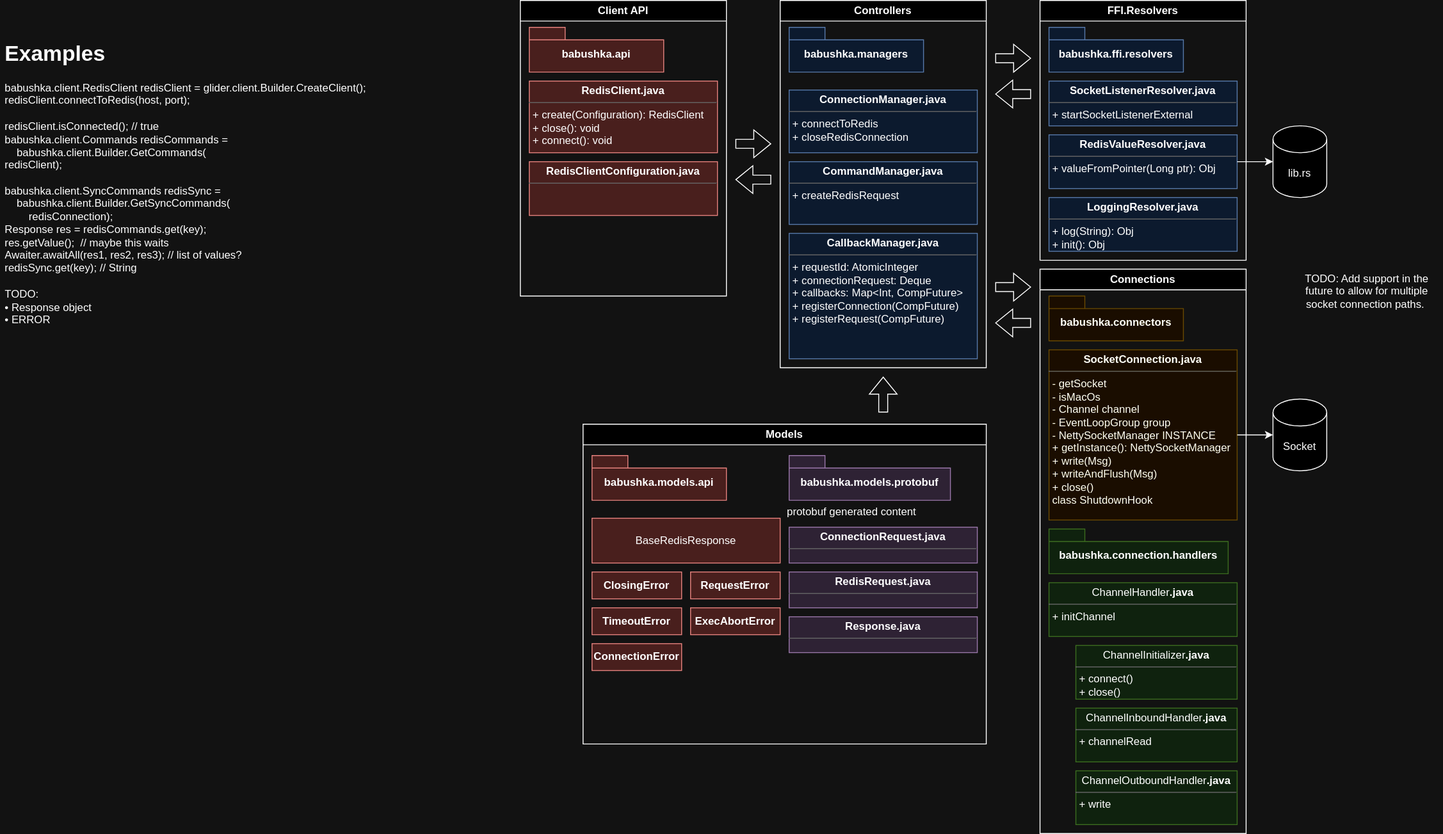
This is docs/img/design-java-api-high-level.svg from Bit-Quill/valkey-glide, a draw.io export, as it was before one commit. Source tidied: cells renumbered, new cells last; positions are measured from the earlier drawing's top-left corner, leaving out a move shared by most shapes.
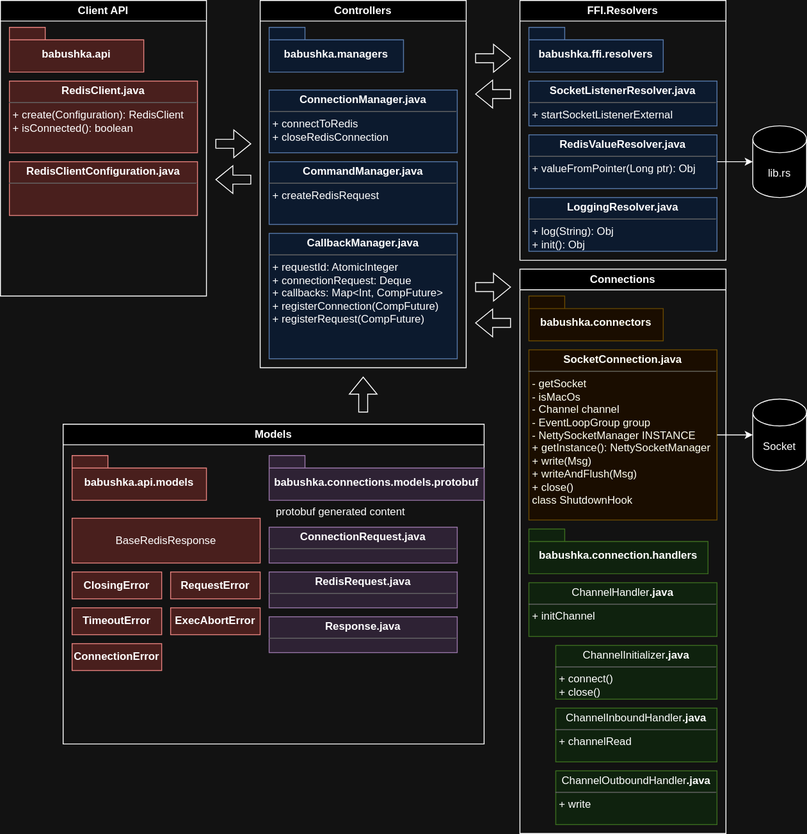
After the change.

Commit message:
Add use-cases as examples of using the API

Diff of the diagram source:
```diff
@@ -5,7 +5,7 @@
     <mxCell id="2" value="Client API" style="swimlane;whiteSpace=wrap;html=1;" parent="1" vertex="1">
       <mxGeometry x="580" width="230" height="330" as="geometry" />
     </mxCell>
-    <mxCell id="3" value="&lt;p style=&quot;margin:0px;margin-top:4px;text-align:center;&quot;&gt;&lt;b&gt;RedisClient.java&lt;/b&gt;&lt;br&gt;&lt;/p&gt;&lt;hr size=&quot;1&quot;&gt;&lt;p style=&quot;margin:0px;margin-left:4px;&quot;&gt;&lt;/p&gt;&lt;p style=&quot;margin:0px;margin-left:4px;&quot;&gt;+ create(Configuration): RedisClient&lt;/p&gt;&lt;p style=&quot;margin:0px;margin-left:4px;&quot;&gt;+ close(): void&lt;/p&gt;&lt;p style=&quot;margin:0px;margin-left:4px;&quot;&gt;+ connect(): void&lt;/p&gt;" style="verticalAlign=top;align=left;overflow=fill;fontSize=12;fontFamily=Helvetica;html=1;whiteSpace=wrap;fillColor=#f8cecc;strokeColor=#b85450;" parent="2" vertex="1">
+    <mxCell id="3" value="&lt;p style=&quot;margin:0px;margin-top:4px;text-align:center;&quot;&gt;&lt;b&gt;RedisClient.java&lt;/b&gt;&lt;br&gt;&lt;/p&gt;&lt;hr size=&quot;1&quot;&gt;&lt;p style=&quot;margin:0px;margin-left:4px;&quot;&gt;&lt;/p&gt;&lt;p style=&quot;margin:0px;margin-left:4px;&quot;&gt;+ create(Configuration): RedisClient&lt;/p&gt;&lt;p style=&quot;margin:0px;margin-left:4px;&quot;&gt;+ isConnected(): boolean&lt;/p&gt;" style="verticalAlign=top;align=left;overflow=fill;fontSize=12;fontFamily=Helvetica;html=1;whiteSpace=wrap;fillColor=#f8cecc;strokeColor=#b85450;" parent="2" vertex="1">
       <mxGeometry x="10" y="90" width="210" height="80" as="geometry" />
     </mxCell>
     <mxCell id="4" value="babushka.api" style="shape=folder;fontStyle=1;spacingTop=10;tabWidth=40;tabHeight=14;tabPosition=left;html=1;whiteSpace=wrap;fillColor=#f8cecc;strokeColor=#b85450;" parent="2" vertex="1">
@@ -30,13 +30,13 @@
       <mxGeometry x="10" y="260" width="210" height="140" as="geometry" />
     </mxCell>
     <mxCell id="11" value="Models" style="swimlane;whiteSpace=wrap;html=1;" parent="1" vertex="1">
-      <mxGeometry x="650" y="473" width="450" height="357" as="geometry" />
+      <mxGeometry x="650" y="473" width="470" height="357" as="geometry" />
     </mxCell>
-    <mxCell id="12" value="babushka.models.protobuf" style="shape=folder;fontStyle=1;spacingTop=10;tabWidth=40;tabHeight=14;tabPosition=left;html=1;whiteSpace=wrap;fillColor=#e1d5e7;strokeColor=#9673a6;" parent="11" vertex="1">
-      <mxGeometry x="230" y="35" width="180" height="50" as="geometry" />
+    <mxCell id="12" value="babushka.connections.models.protobuf" style="shape=folder;fontStyle=1;spacingTop=10;tabWidth=40;tabHeight=14;tabPosition=left;html=1;whiteSpace=wrap;fillColor=#e1d5e7;strokeColor=#9673a6;" parent="11" vertex="1">
+      <mxGeometry x="230" y="35" width="240" height="50" as="geometry" />
     </mxCell>
     <mxCell id="13" value="protobuf generated content" style="text;html=1;strokeColor=none;fillColor=none;align=center;verticalAlign=middle;whiteSpace=wrap;rounded=0;" parent="11" vertex="1">
-      <mxGeometry x="210" y="80" width="180" height="35" as="geometry" />
+      <mxGeometry x="220" y="80" width="180" height="35" as="geometry" />
     </mxCell>
     <mxCell id="14" value="&lt;p style=&quot;margin:0px;margin-top:4px;text-align:center;&quot;&gt;&lt;b&gt;ConnectionRequest.java&lt;/b&gt;&lt;br&gt;&lt;/p&gt;&lt;hr size=&quot;1&quot;&gt;&lt;p style=&quot;margin:0px;margin-left:4px;&quot;&gt;&lt;/p&gt;&lt;p style=&quot;margin:0px;margin-left:4px;&quot;&gt;&lt;br&gt;&lt;/p&gt;" style="verticalAlign=top;align=left;overflow=fill;fontSize=12;fontFamily=Helvetica;html=1;whiteSpace=wrap;fillColor=#e1d5e7;strokeColor=#9673a6;" parent="11" vertex="1">
       <mxGeometry x="230" y="115" width="210" height="40" as="geometry" />
@@ -50,7 +50,7 @@
     <mxCell id="17" value="BaseRedisResponse" style="html=1;whiteSpace=wrap;fillColor=#f8cecc;strokeColor=#b85450;" parent="11" vertex="1">
       <mxGeometry x="10" y="105" width="210" height="50" as="geometry" />
     </mxCell>
-    <mxCell id="18" value="babushka.models.api" style="shape=folder;fontStyle=1;spacingTop=10;tabWidth=40;tabHeight=14;tabPosition=left;html=1;whiteSpace=wrap;fillColor=#f8cecc;strokeColor=#b85450;" parent="11" vertex="1">
+    <mxCell id="18" value="babushka.api.models" style="shape=folder;fontStyle=1;spacingTop=10;tabWidth=40;tabHeight=14;tabPosition=left;html=1;whiteSpace=wrap;fillColor=#f8cecc;strokeColor=#b85450;" parent="11" vertex="1">
       <mxGeometry x="10" y="35" width="150" height="50" as="geometry" />
     </mxCell>
     <mxCell id="19" value="&lt;b&gt;ClosingError&lt;/b&gt;" style="html=1;whiteSpace=wrap;fillColor=#f8cecc;strokeColor=#b85450;" parent="11" vertex="1">
@@ -158,14 +158,8 @@
     <mxCell id="46" style="edgeStyle=orthogonalEdgeStyle;rounded=0;jettySize=auto;html=1;" parent="1" edge="1" source="36" target="45">
       <mxGeometry relative="1" as="geometry" />
     </mxCell>
-    <mxCell id="47" value="&lt;h1&gt;Examples&lt;/h1&gt;&lt;div&gt;&lt;div style=&quot;border-color: var(--border-color);&quot;&gt;babushka.client.RedisClient redisClient =&amp;nbsp;&lt;span style=&quot;background-color: initial;&quot;&gt;glider.client.Builder.CreateClient();&lt;/span&gt;&lt;/div&gt;&lt;/div&gt;&lt;div style=&quot;border-color: var(--border-color);&quot;&gt;redisClient.connectToRedis(host, port);&amp;nbsp;&lt;/div&gt;&lt;div&gt;&lt;br&gt;&lt;/div&gt;&lt;div&gt;&lt;span style=&quot;background-color: initial;&quot;&gt;redisClient.isConnected(); // true&lt;/span&gt;&lt;br&gt;&lt;/div&gt;&lt;div&gt;babushka.client.Commands redisCommands =&amp;nbsp;&lt;/div&gt;&lt;div&gt;&lt;span style=&quot;background-color: initial;&quot;&gt;&lt;span style=&quot;&quot;&gt;&lt;span style=&quot;&quot;&gt;&amp;nbsp;&amp;nbsp;&amp;nbsp;&amp;nbsp;&lt;/span&gt;&lt;/span&gt;babushka.client.Builder.GetCommands(&lt;/span&gt;&lt;/div&gt;redisClient);&lt;br&gt;&lt;div style=&quot;border-color: var(--border-color);&quot;&gt;&lt;br&gt;&lt;/div&gt;&lt;div style=&quot;border-color: var(--border-color);&quot;&gt;babushka.client.SyncCommands redisSync =&amp;nbsp;&lt;/div&gt;&lt;div style=&quot;border-color: var(--border-color);&quot;&gt;&amp;nbsp;&amp;nbsp;&amp;nbsp;&amp;nbsp;babushka.client.Builder.GetSyncCommands(&lt;/div&gt;&lt;span style=&quot;border-color: var(--border-color);&quot;&gt;&amp;nbsp;&amp;nbsp;&amp;nbsp;&amp;nbsp;&lt;/span&gt;&lt;span style=&quot;border-color: var(--border-color);&quot;&gt;&amp;nbsp;&amp;nbsp;&amp;nbsp;&amp;nbsp;&lt;/span&gt;redisConnection);&lt;br&gt;Response res = redisCommands.get(key);&lt;br&gt;res.getValue();&amp;nbsp; // maybe this waits&lt;br&gt;Awaiter.awaitAll(res1, res2, res3); // list of values?&amp;nbsp;&lt;br&gt;redisSync.get(key); // String&lt;br&gt;&lt;br&gt;TODO:&amp;nbsp;&lt;br&gt;• Response object&lt;br&gt;• ERROR&amp;nbsp;" style="text;html=1;strokeColor=none;fillColor=none;spacing=5;spacingTop=-20;whiteSpace=wrap;overflow=hidden;rounded=0;" parent="1" vertex="1">
-      <mxGeometry y="40" width="510" height="480" as="geometry" />
-    </mxCell>
     <mxCell id="48" style="edgeStyle=orthogonalEdgeStyle;rounded=0;jettySize=auto;html=1;" parent="1" edge="1" source="26" target="34">
       <mxGeometry relative="1" as="geometry" />
     </mxCell>
-    <mxCell id="49" value="TODO: Add support in the future to allow for multiple socket connection paths.&amp;nbsp;" style="text;html=1;strokeColor=none;fillColor=none;align=center;verticalAlign=middle;whiteSpace=wrap;rounded=0;" parent="1" vertex="1">
-      <mxGeometry x="1440" y="280" width="170" height="90" as="geometry" />
-    </mxCell>
   </root>
 </mxGraphModel>
```
